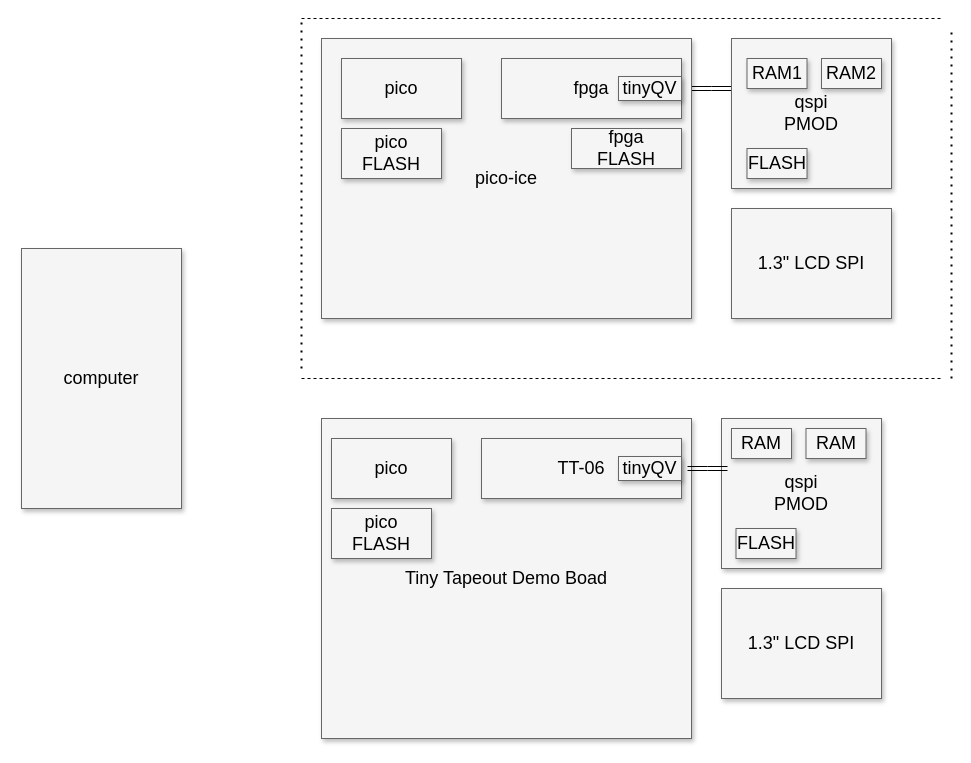
Before: hardware/tinyQV.drawio in timokm/awsome-tinyqv, a draw.io diagram. Source tidied: cells renumbered, new cells numbered last; positions are measured from the earlier drawing's top-left corner, leaving out a move shared by most shapes. Both pictures are drawn from the tidied source at 100%, with x=0, y=0 at pixel (21, 18).
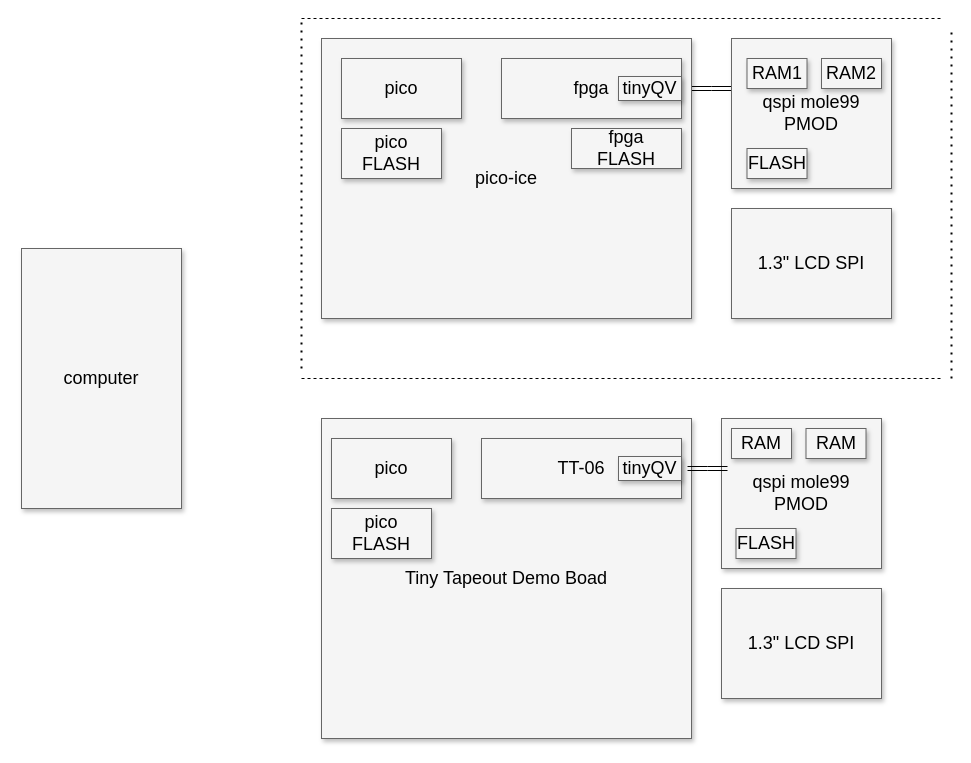
After the change.

The edit, as a diff of the source:
```diff
@@
-    <mxCell id="4" value="&lt;div&gt;qspi&lt;/div&gt;&lt;div&gt;PMOD&lt;br&gt;&lt;/div&gt;" style="whiteSpace=wrap;html=1;shadow=1;fontSize=18;fillColor=#f5f5f5;strokeColor=#666666;" parent="1" vertex="1">
+    <mxCell id="4" value="&lt;div&gt;qspi mole99&lt;br&gt;&lt;/div&gt;&lt;div&gt;PMOD&lt;br&gt;&lt;/div&gt;" style="whiteSpace=wrap;html=1;shadow=1;fontSize=18;fillColor=#f5f5f5;strokeColor=#666666;" parent="1" vertex="1">
       <mxGeometry x="710" y="20" width="160" height="150" as="geometry" />
     </mxCell>
@@
-    <mxCell id="16" value="&lt;div&gt;qspi&lt;/div&gt;&lt;div&gt;PMOD&lt;br&gt;&lt;/div&gt;" style="whiteSpace=wrap;html=1;shadow=1;fontSize=18;fillColor=#f5f5f5;strokeColor=#666666;" parent="1" vertex="1">
+    <mxCell id="16" value="&lt;div&gt;qspi mole99&lt;/div&gt;&lt;div&gt;PMOD&lt;br&gt;&lt;/div&gt;" style="whiteSpace=wrap;html=1;shadow=1;fontSize=18;fillColor=#f5f5f5;strokeColor=#666666;" parent="1" vertex="1">
       <mxGeometry x="700" y="400" width="160" height="150" as="geometry" />
     </mxCell>
```
